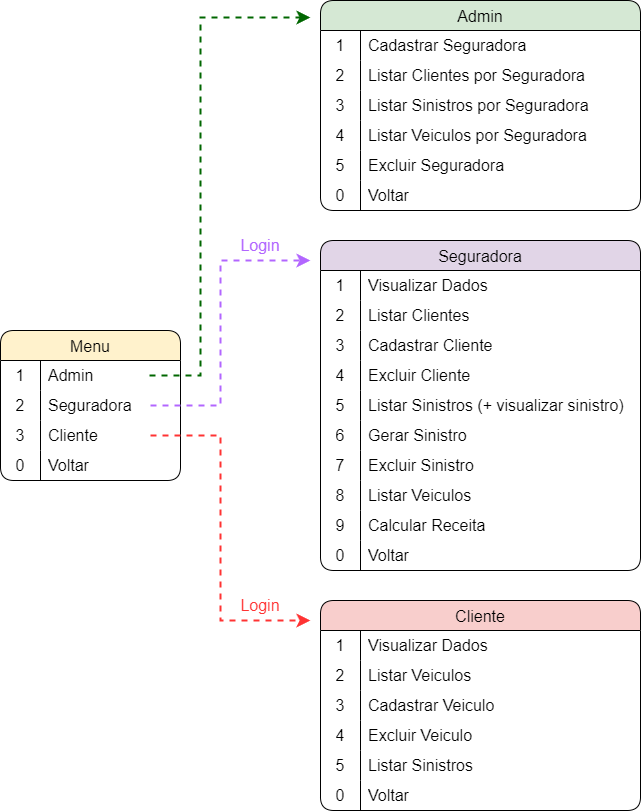
The draw.io diagram Lab04/images/Menu Interativo.png in phdaccache/MC322, before a commit. Source tidied: cells renumbered, new cells last; positions are measured from the earlier drawing's top-left corner, leaving out a move shared by most shapes.
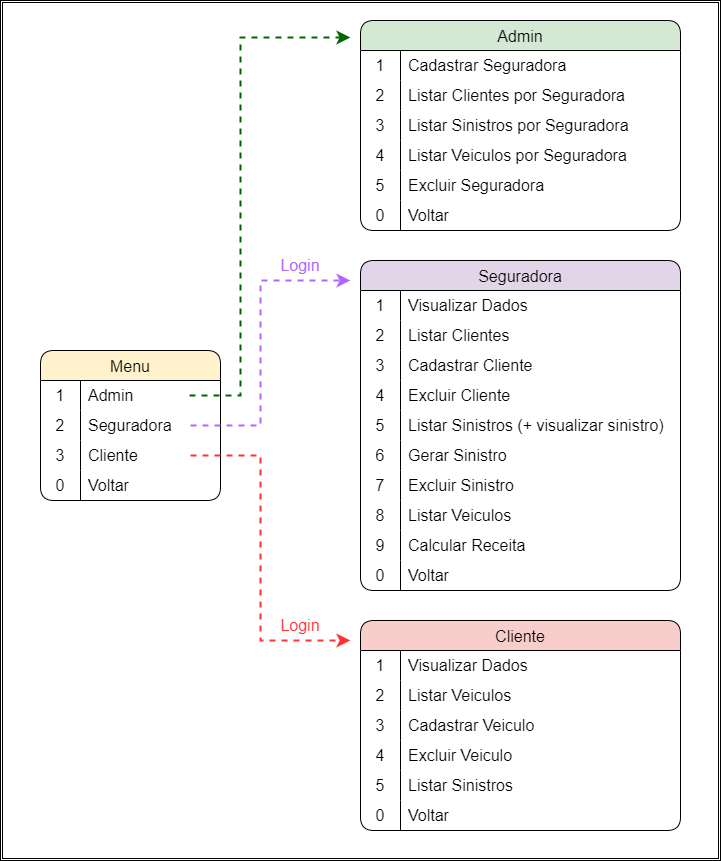
The same diagram one commit later.

What changed in the source:
```diff
@@ -2,6 +2,9 @@
   <root>
     <mxCell id="0" />
     <mxCell id="1" parent="0" />
+    <mxCell id="89" style="shape=ext;double=1;rounded=0;whiteSpace=wrap;html=1;fillColor=#FFFFFF;strokeColor=#000000;" parent="1" vertex="1">
+      <mxGeometry x="-40" y="-20" width="720" height="860" as="geometry" />
+    </mxCell>
     <mxCell id="2" value="Menu" style="shape=table;startSize=30;rowLines=0;fontStyle=0;strokeColor=default;fontSize=16;fillColor=#fff2cc;fontColor=#000000;fillStyle=auto;rounded=1;gradientColor=none;shadow=0;swimlaneFillColor=default;labelBackgroundColor=none;swimlaneLine=1;labelBorderColor=none;" parent="1" vertex="1">
       <mxGeometry y="330" width="180" height="150" as="geometry" />
     </mxCell>
```
